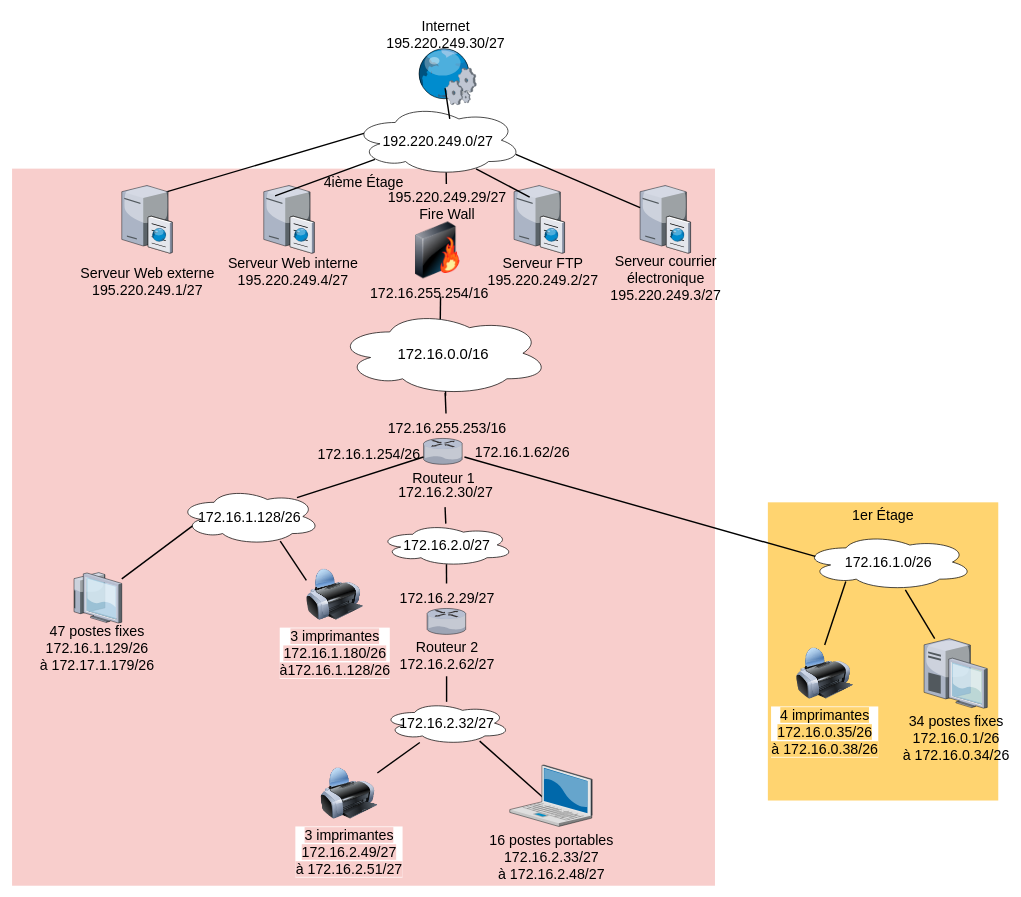
This is Diagramme sans nom.drawio from Calu12/Projet_reso, a draw.io file, before an edit. Source tidied: cells renumbered, new cells numbered last; positions are measured from the earlier drawing's top-left corner, leaving out a move shared by most shapes. Both pictures are drawn from the tidied source at 71%, with x=0, y=0 at pixel (12, 12).
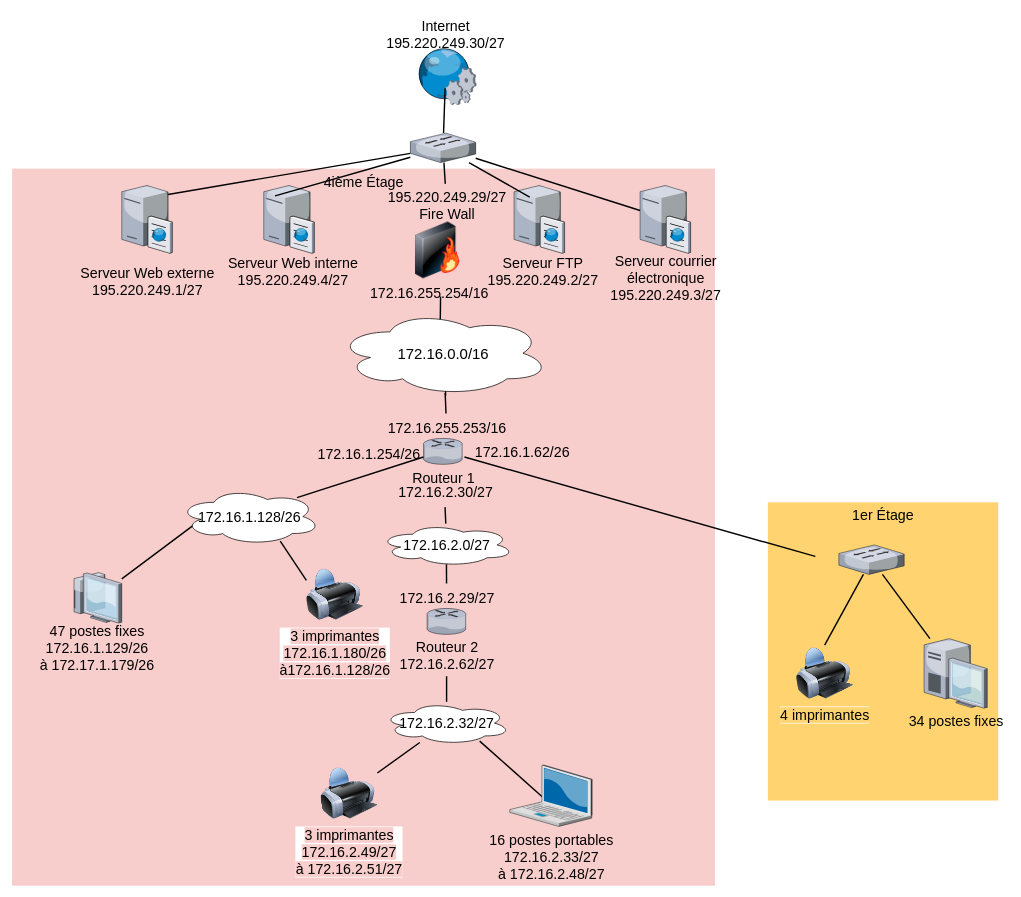
Above is the later version.

Commit message (it also covers changes not shown here):
Mettre à jour Diagramme sans nom.drawio

The change refers to these unchanged cells:
```xml
<mxCell id="5" value="&lt;font style=&quot;font-size: 20px;&quot;&gt;Routeur 1&lt;br&gt;&lt;/font&gt;" style="verticalLabelPosition=bottom;html=1;verticalAlign=top;strokeColor=none;shape=mxgraph.citrix.router;fillColor=#66B2FF;gradientColor=#0066CC;fontSize=14;" parent="1" vertex="1">
  <mxGeometry x="579" y="600" width="55" height="36.5" as="geometry" />
</mxCell>
<mxCell id="6" style="verticalLabelPosition=top;html=1;verticalAlign=bottom;strokeColor=none;shape=mxgraph.citrix.cache_server;fillColor=#66B2FF;gradientColor=#0066CC;fontSize=14;labelPosition=center;align=center;" parent="1" vertex="1">
  <mxGeometry x="354" y="241.5" width="71" height="97.5" as="geometry" />
</mxCell>
<mxCell id="12" style="verticalLabelPosition=bottom;html=1;verticalAlign=top;strokeColor=none;shape=mxgraph.citrix.web_service;fillColor=#66B2FF;gradientColor=#0066CC;fontSize=14;rotation=0;" parent="1" vertex="1">
  <mxGeometry x="569.5" y="50" width="84" height="80" as="geometry" />
</mxCell>
<mxCell id="13" style="verticalLabelPosition=top;html=1;verticalAlign=bottom;strokeColor=none;shape=mxgraph.citrix.cache_server;fillColor=#66B2FF;gradientColor=#0066CC;fontSize=14;labelPosition=center;align=center;" parent="1" vertex="1">
  <mxGeometry x="154" y="241.5" width="71" height="97.5" as="geometry" />
</mxCell>
<mxCell id="14" style="verticalLabelPosition=top;html=1;verticalAlign=bottom;strokeColor=none;shape=mxgraph.citrix.cache_server;fillColor=#66B2FF;gradientColor=#0066CC;fontSize=14;labelPosition=center;align=center;" parent="1" vertex="1">
  <mxGeometry x="706.5" y="241.5" width="71" height="97.5" as="geometry" />
</mxCell>
<mxCell id="15" style="verticalLabelPosition=top;html=1;verticalAlign=bottom;strokeColor=none;shape=mxgraph.citrix.cache_server;fillColor=#66B2FF;gradientColor=#0066CC;fontSize=14;labelPosition=center;align=center;" parent="1" vertex="1">
  <mxGeometry x="884" y="241.5" width="71" height="97.5" as="geometry" />
</mxCell>
<mxCell id="34" value="&lt;div style=&quot;font-size: 20px;&quot;&gt;&lt;font style=&quot;font-size: 20px;&quot;&gt;195.220.249.29/27&lt;/font&gt;&lt;/div&gt;&lt;div style=&quot;font-size: 20px;&quot;&gt;&lt;font style=&quot;font-size: 20px;&quot;&gt;Fire Wall&lt;font style=&quot;font-size: 20px;&quot;&gt;&lt;br&gt;&lt;/font&gt;&lt;/font&gt;&lt;/div&gt;" style="text;html=1;align=center;verticalAlign=middle;points=[];strokeColor=none;fillColor=none;" parent="1" vertex="1">
  <mxGeometry x="516.5" y="241.5" width="190" height="60" as="geometry" />
</mxCell>
```

What changed in the source:
```diff
@@
-    <mxCell id="4" value="&lt;div style=&quot;font-size: 20px;&quot;&gt;&lt;font style=&quot;font-size: 20px;&quot;&gt;34 postes fixes&lt;/font&gt;&lt;/div&gt;&lt;div style=&quot;font-size: 20px;&quot;&gt;&lt;font style=&quot;font-size: 20px;&quot;&gt;172.16.0.1/26&lt;/font&gt;&lt;/div&gt;&lt;div style=&quot;font-size: 20px;&quot;&gt;&lt;font style=&quot;font-size: 20px;&quot;&gt;à 172.16.0.34/26&lt;br&gt;&lt;/font&gt;&lt;/div&gt;" style="verticalLabelPosition=bottom;html=1;verticalAlign=top;strokeColor=none;shape=mxgraph.citrix.desktop;fillColor=#66B2FF;gradientColor=#0066CC;fontSize=14;" parent="1" vertex="1">
+    <mxCell id="4" value="&lt;div style=&quot;font-size: 20px;&quot;&gt;&lt;font style=&quot;font-size: 20px;&quot;&gt;34 postes fixes&lt;/font&gt;&lt;/div&gt;&lt;div style=&quot;font-size: 20px;&quot;&gt;&lt;br&gt;&lt;/div&gt;&lt;div style=&quot;font-size: 20px;&quot;&gt;&lt;font style=&quot;font-size: 20px;&quot;&gt;&lt;br&gt;&lt;/font&gt;&lt;/div&gt;" style="verticalLabelPosition=bottom;html=1;verticalAlign=top;strokeColor=none;shape=mxgraph.citrix.desktop;fillColor=#66B2FF;gradientColor=#0066CC;fontSize=14;" parent="1" vertex="1">
       <mxGeometry x="1284" y="882" width="89" height="98" as="geometry" />
     </mxCell>
@@
-    <mxCell id="9" style="edgeStyle=none;rounded=0;html=1;startSize=10;endSize=10;jettySize=auto;fontSize=14;endArrow=none;endFill=0;strokeWidth=2;entryX=0.451;entryY=0.21;entryDx=0;entryDy=0;entryPerimeter=0;exitX=0.07;exitY=0.4;exitDx=0;exitDy=0;exitPerimeter=0;" parent="1" edge="1" source="25" target="13">
+    <mxCell id="9" style="edgeStyle=none;rounded=0;html=1;startSize=10;endSize=10;jettySize=auto;fontSize=14;endArrow=none;endFill=0;strokeWidth=2;entryX=0.451;entryY=0.21;entryDx=0;entryDy=0;entryPerimeter=0;" parent="1" edge="1" source="58" target="13">
       <mxGeometry relative="1" as="geometry" />
     </mxCell>
@@
-    <mxCell id="11" style="edgeStyle=none;rounded=0;html=1;startSize=10;endSize=10;jettySize=auto;fontSize=14;endArrow=none;endFill=0;strokeWidth=2;exitX=0.55;exitY=0.95;exitDx=0;exitDy=0;exitPerimeter=0;" parent="1" edge="1" source="25" target="34">
+    <mxCell id="11" style="edgeStyle=none;rounded=0;html=1;startSize=10;endSize=10;jettySize=auto;fontSize=14;endArrow=none;endFill=0;strokeWidth=2;" parent="1" edge="1" source="58" target="34">
       <mxGeometry relative="1" as="geometry" />
     </mxCell>
@@
-    <mxCell id="16" style="edgeStyle=none;rounded=0;html=1;startSize=10;endSize=10;jettySize=auto;fontSize=14;endArrow=none;endFill=0;strokeWidth=2;entryX=0.225;entryY=0.174;entryDx=0;entryDy=0;entryPerimeter=0;exitX=0.13;exitY=0.77;exitDx=0;exitDy=0;exitPerimeter=0;" parent="1" edge="1" source="25" target="6">
+    <mxCell id="16" style="edgeStyle=none;rounded=0;html=1;startSize=10;endSize=10;jettySize=auto;fontSize=14;endArrow=none;endFill=0;strokeWidth=2;entryX=0.225;entryY=0.174;entryDx=0;entryDy=0;entryPerimeter=0;" parent="1" edge="1" source="58" target="6">
       <mxGeometry relative="1" as="geometry" />
     </mxCell>
-    <mxCell id="17" style="edgeStyle=none;rounded=0;html=1;startSize=10;endSize=10;jettySize=auto;fontSize=14;endArrow=none;endFill=0;strokeWidth=2;entryX=0.31;entryY=0.19;entryDx=0;entryDy=0;entryPerimeter=0;exitX=0.726;exitY=0.904;exitDx=0;exitDy=0;exitPerimeter=0;" parent="1" edge="1" source="25" target="14">
+    <mxCell id="17" style="edgeStyle=none;rounded=0;html=1;startSize=10;endSize=10;jettySize=auto;fontSize=14;endArrow=none;endFill=0;strokeWidth=2;entryX=0.31;entryY=0.19;entryDx=0;entryDy=0;entryPerimeter=0;" parent="1" edge="1" source="58" target="14">
       <mxGeometry relative="1" as="geometry" />
     </mxCell>
-    <mxCell id="18" style="edgeStyle=none;rounded=0;html=1;startSize=10;endSize=10;jettySize=auto;fontSize=14;endArrow=none;endFill=0;strokeWidth=2;exitX=0.96;exitY=0.7;exitDx=0;exitDy=0;exitPerimeter=0;" parent="1" edge="1" source="25" target="15">
+    <mxCell id="18" style="edgeStyle=none;rounded=0;html=1;startSize=10;endSize=10;jettySize=auto;fontSize=14;endArrow=none;endFill=0;strokeWidth=2;" parent="1" edge="1" source="58" target="15">
       <mxGeometry relative="1" as="geometry" />
     </mxCell>
@@
-    <mxCell id="20" value="&lt;div style=&quot;font-size: 20px;&quot;&gt;&lt;font style=&quot;background-color: rgb(255, 212, 112); font-size: 20px;&quot;&gt;4 imprimantes&lt;/font&gt;&lt;/div&gt;&lt;div style=&quot;font-size: 20px;&quot;&gt;&lt;font style=&quot;background-color: rgb(255, 212, 112); font-size: 20px;&quot;&gt;172.16.0.35/26&lt;/font&gt;&lt;/div&gt;&lt;div style=&quot;font-size: 20px;&quot;&gt;&lt;font style=&quot;background-color: rgb(255, 212, 112); font-size: 20px;&quot;&gt;à 172.16.0.38/26&lt;font style=&quot;font-size: 20px;&quot;&gt;&lt;br&gt;&lt;/font&gt;&lt;/font&gt;&lt;/div&gt;" style="image;html=1;image=img/lib/clip_art/computers/Printer_128x128.png;" parent="1" vertex="1">
+    <mxCell id="20" value="&lt;div style=&quot;font-size: 20px;&quot;&gt;&lt;font style=&quot;background-color: rgb(255, 212, 112); font-size: 20px;&quot;&gt;4 imprimantes&lt;/font&gt;&lt;/div&gt;" style="image;html=1;image=img/lib/clip_art/computers/Printer_128x128.png;" parent="1" vertex="1">
       <mxGeometry x="1104" y="891" width="80" height="80" as="geometry" />
     </mxCell>
@@
-    <mxCell id="24" style="edgeStyle=none;rounded=0;html=1;startSize=10;endSize=10;jettySize=auto;fontSize=14;endArrow=none;endFill=0;strokeWidth=2;" parent="1" edge="1" source="4" target="36">
+    <mxCell id="24" style="edgeStyle=none;rounded=0;html=1;startSize=10;endSize=10;jettySize=auto;fontSize=14;endArrow=none;endFill=0;strokeWidth=2;" parent="1" edge="1" source="4" target="59">
       <mxGeometry relative="1" as="geometry" />
     </mxCell>
-    <mxCell id="25" value="&lt;font style=&quot;font-size: 20px;&quot;&gt;192.220.249.0/27&lt;/font&gt;" style="ellipse;shape=cloud;whiteSpace=wrap;html=1;" parent="1" vertex="1">
-      <mxGeometry x="479.5" y="130" width="239" height="100" as="geometry" />
-    </mxCell>
-    <mxCell id="26" style="edgeStyle=none;rounded=0;html=1;startSize=10;endSize=10;jettySize=auto;fontSize=14;endArrow=none;endFill=0;strokeWidth=2;exitX=0.475;exitY=0.71;exitDx=0;exitDy=0;exitPerimeter=0;entryX=0.571;entryY=0.2;entryDx=0;entryDy=0;entryPerimeter=0;" parent="1" edge="1" source="12" target="25">
+    <mxCell id="26" style="edgeStyle=none;rounded=0;html=1;startSize=10;endSize=10;jettySize=auto;fontSize=14;endArrow=none;endFill=0;strokeWidth=2;exitX=0.475;exitY=0.71;exitDx=0;exitDy=0;exitPerimeter=0;" parent="1" edge="1" source="12" target="58">
       <mxGeometry relative="1" as="geometry" />
     </mxCell>
@@
-    <mxCell id="36" value="&lt;font style=&quot;font-size: 20px;&quot;&gt;172.16.1.0/26&lt;/font&gt;" style="ellipse;shape=cloud;whiteSpace=wrap;html=1;" parent="1" vertex="1">
-      <mxGeometry x="1114" y="734.2" width="240" height="80" as="geometry" />
-    </mxCell>
@@
-    <mxCell id="38" style="edgeStyle=none;rounded=0;html=1;startSize=10;endSize=10;jettySize=auto;fontSize=14;endArrow=none;endFill=0;strokeWidth=2;entryX=0.07;entryY=0.4;entryDx=0;entryDy=0;entryPerimeter=0;exitX=1.048;exitY=0.717;exitDx=0;exitDy=0;exitPerimeter=0;" parent="1" edge="1" source="5" target="36">
-      <mxGeometry relative="1" as="geometry" />
+    <mxCell id="38" style="edgeStyle=none;rounded=0;html=1;startSize=10;endSize=10;jettySize=auto;fontSize=14;endArrow=none;endFill=0;strokeWidth=2;entryX=0.07;entryY=0.4;entryDx=0;entryDy=0;entryPerimeter=0;exitX=1.048;exitY=0.717;exitDx=0;exitDy=0;exitPerimeter=0;" parent="1" edge="1" source="5">
+      <mxGeometry relative="1" as="geometry">
+        <mxPoint x="1130.8" y="766.2" as="targetPoint" />
+      </mxGeometry>
     </mxCell>
-    <mxCell id="39" style="edgeStyle=none;rounded=0;html=1;startSize=10;endSize=10;jettySize=auto;fontSize=14;endArrow=none;endFill=0;strokeWidth=2;entryX=0.249;entryY=0.84;entryDx=0;entryDy=0;entryPerimeter=0;exitX=0.5;exitY=0;exitDx=0;exitDy=0;" parent="1" edge="1" source="20" target="36">
+    <mxCell id="39" style="edgeStyle=none;rounded=0;html=1;startSize=10;endSize=10;jettySize=auto;fontSize=14;endArrow=none;endFill=0;strokeWidth=2;exitX=0.5;exitY=0;exitDx=0;exitDy=0;" parent="1" edge="1" source="20" target="59">
       <mxGeometry relative="1" as="geometry" />
     </mxCell>
@@
+    <mxCell id="58" style="verticalLabelPosition=bottom;sketch=0;html=1;verticalAlign=top;strokeColor=none;align=center;outlineConnect=0;shape=mxgraph.citrix.switch;" parent="1" vertex="1">
+      <mxGeometry x="560.5" y="170" width="92" height="41.5" as="geometry" />
+    </mxCell>
+    <mxCell id="59" style="verticalLabelPosition=bottom;sketch=0;html=1;verticalAlign=top;strokeColor=none;align=center;outlineConnect=0;shape=mxgraph.citrix.switch;" parent="1" vertex="1">
+      <mxGeometry x="1164" y="750" width="92" height="41.5" as="geometry" />
+    </mxCell>
```
